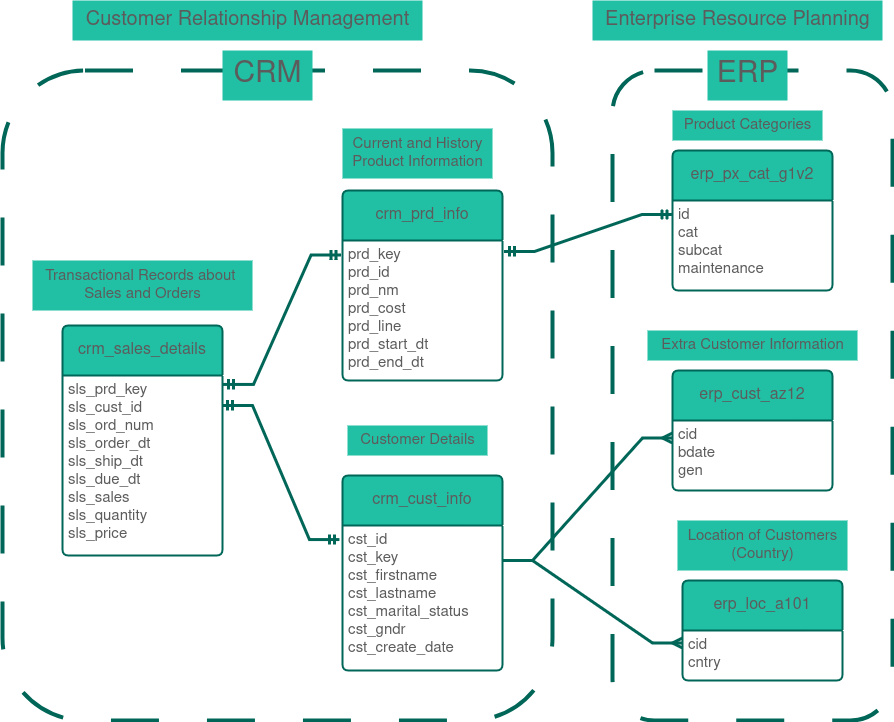
ethereumvd/data-warehouse keeps this draw.io diagram as assets/data_model_silver.png. Above is the earlier version. Source tidied: cells renumbered, new cells last; positions are measured from the earlier drawing's top-left corner, leaving out a move shared by most shapes.
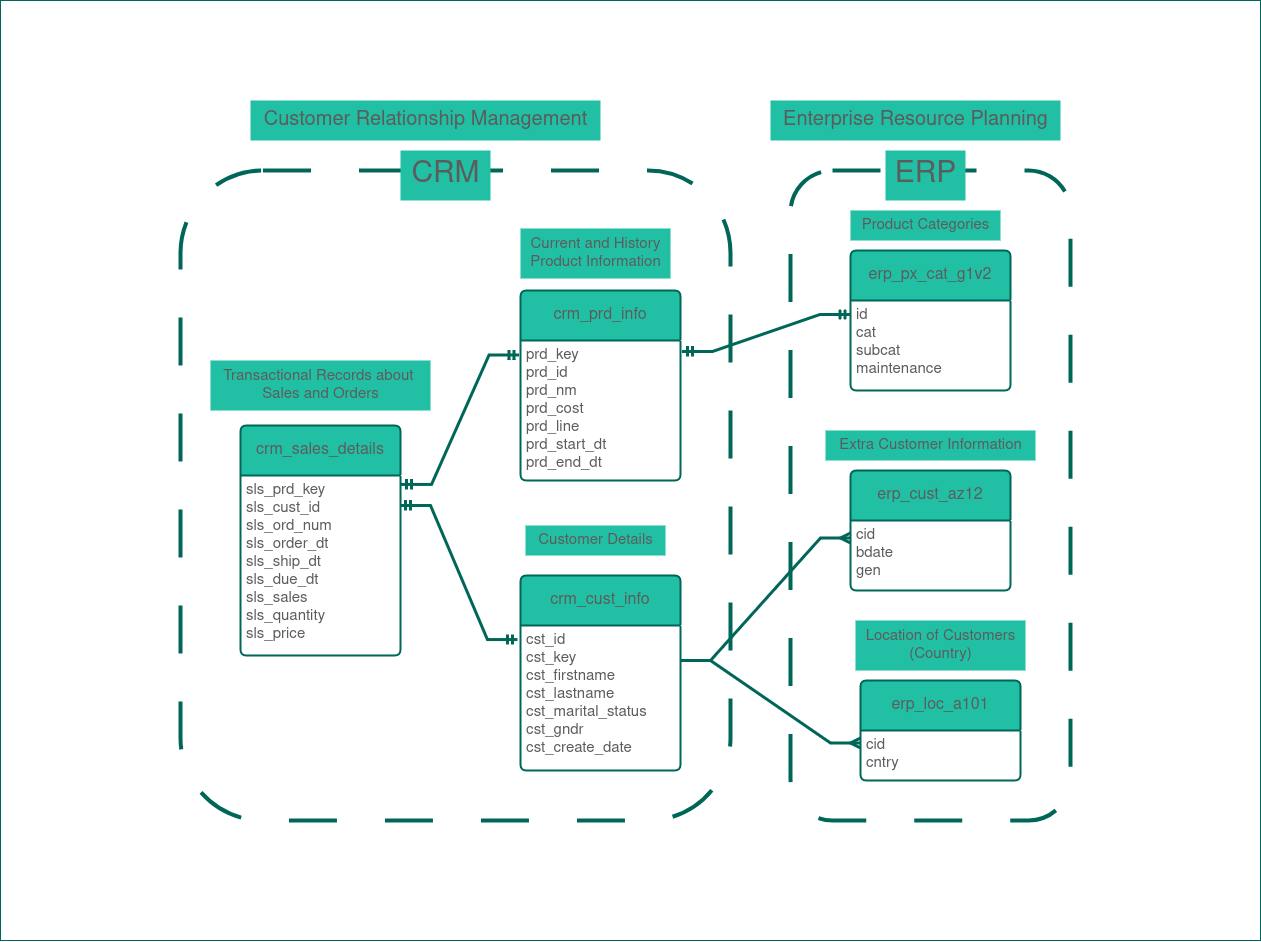
The same diagram one commit later.

Change to the diagram source:
```diff
@@ -112,5 +112,8 @@
     <mxCell id="30" value="&lt;font style=&quot;font-size: 20px;&quot;&gt;Enterprise Resource Planning&lt;/font&gt;" style="text;html=1;align=center;verticalAlign=middle;strokeColor=none;fillColor=#21C0A5;labelBackgroundColor=none;fontColor=#5C5C5C;" parent="1" vertex="1">
       <mxGeometry x="590" width="290" height="40" as="geometry" />
     </mxCell>
+    <mxCell id="31" style="rounded=0;whiteSpace=wrap;html=1;fillColor=none;labelBackgroundColor=none;strokeColor=#006658;fontColor=#5C5C5C;" parent="1" vertex="1">
+      <mxGeometry x="-180" y="-100" width="1260" height="940" as="geometry" />
+    </mxCell>
   </root>
 </mxGraphModel>
```
